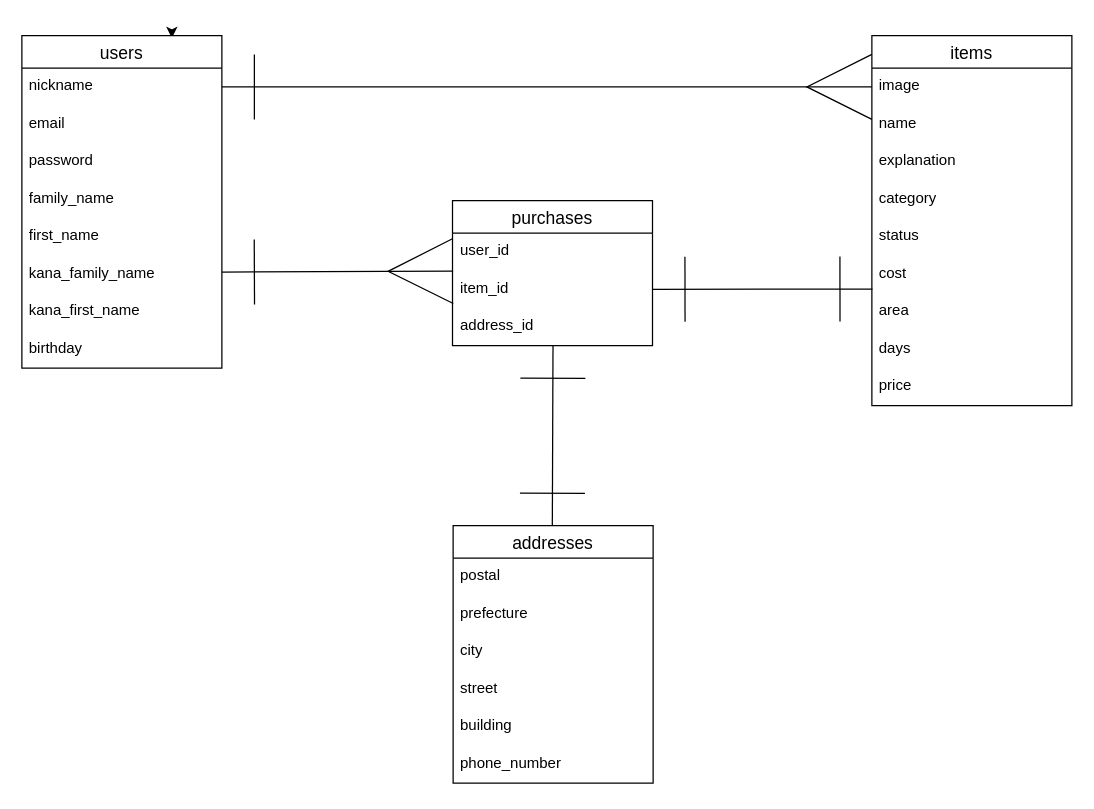
This is furima-47910.dio from dahuizhangtian7-bit/furima-47910, a draw.io file, before an edit. Source tidied: cells renumbered, new cells numbered last; positions are measured from the earlier drawing's top-left corner, leaving out a move shared by most shapes. Both pictures are drawn from the tidied source at 125%, with x=0, y=0 at pixel (21, 35).
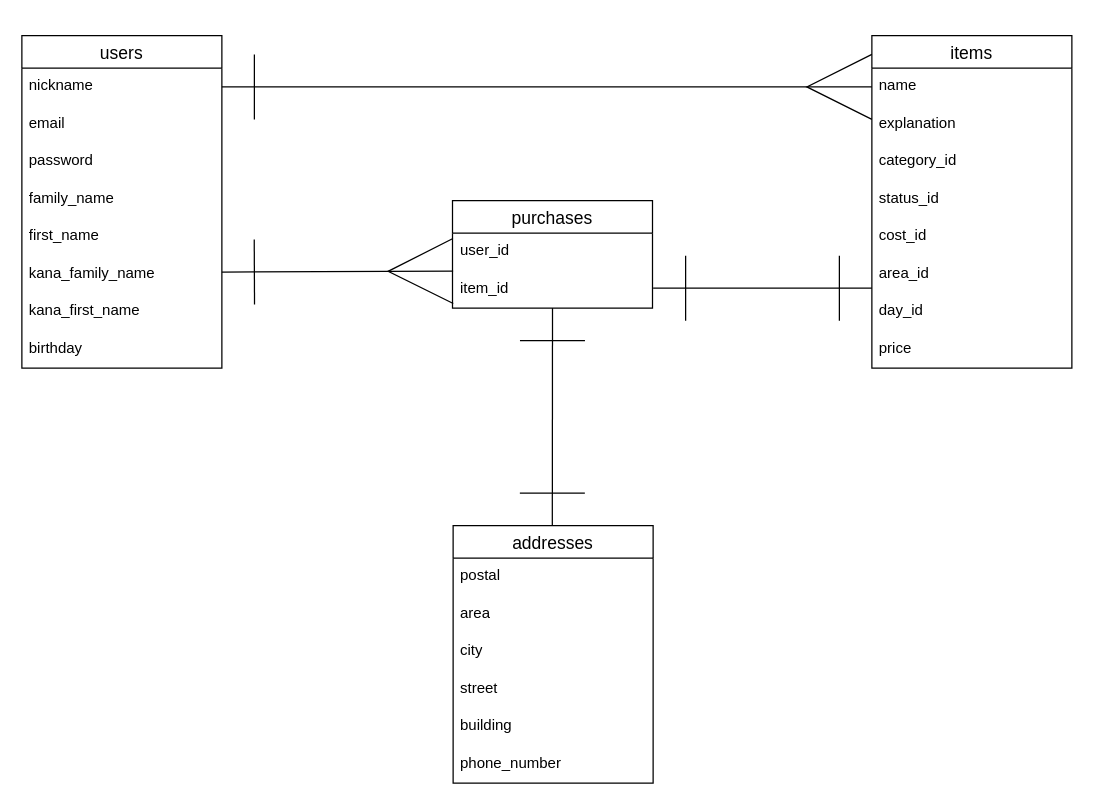
The same diagram, later.

Unchanged cells that the change refers to:
```xml
<mxCell id="3" value="users" style="swimlane;fontStyle=0;horizontal=1;startSize=26;align=center;fontSize=14;" parent="1" vertex="1">
  <mxGeometry width="160" height="266" as="geometry" />
</mxCell>
<mxCell id="4" value="nickname" style="text;strokeColor=none;fillColor=none;spacingLeft=4;spacingRight=4;overflow=hidden;points=[[0,0.5],[1,0.5]];portConstraint=eastwest;fontSize=12;whiteSpace=wrap;html=1;" parent="3" vertex="1">
  <mxGeometry y="26" width="160" height="30" as="geometry" />
</mxCell>
<mxCell id="25" value="item_id" style="text;strokeColor=none;fillColor=none;spacingLeft=4;spacingRight=4;overflow=hidden;points=[[0,0.5],[1,0.5]];portConstraint=eastwest;fontSize=12;whiteSpace=wrap;html=1;" parent="22" vertex="1">
  <mxGeometry y="56" width="160" height="30" as="geometry" />
</mxCell>
<mxCell id="27" value="addresses" style="swimlane;fontStyle=0;horizontal=1;startSize=26;align=center;fontSize=14;" parent="1" vertex="1">
  <mxGeometry x="345" y="392" width="160" height="206" as="geometry" />
</mxCell>
```

What changed in the source:
```diff
@@
-    <mxCell id="2" style="edgeStyle=none;html=1;exitX=0.75;exitY=0;exitDx=0;exitDy=0;" parent="1" edge="1" source="3">
-      <mxGeometry relative="1" as="geometry">
-        <mxPoint x="120" y="2" as="targetPoint" />
-      </mxGeometry>
-    </mxCell>
@@
     <mxCell id="12" value="items" style="swimlane;fontStyle=0;horizontal=1;startSize=26;align=center;fontSize=14;" parent="1" vertex="1">
-      <mxGeometry x="680" width="160" height="296" as="geometry" />
+      <mxGeometry x="680" width="160" height="266" as="geometry" />
     </mxCell>
-    <mxCell id="13" value="image" style="text;strokeColor=none;fillColor=none;spacingLeft=4;spacingRight=4;overflow=hidden;points=[[0,0.5],[1,0.5]];portConstraint=eastwest;fontSize=12;whiteSpace=wrap;html=1;" parent="12" vertex="1">
-      <mxGeometry y="26" width="160" height="30" as="geometry" />
-    </mxCell>
     <mxCell id="14" value="name" style="text;strokeColor=none;fillColor=none;spacingLeft=4;spacingRight=4;overflow=hidden;fontSize=12;whiteSpace=wrap;html=1;" parent="12" vertex="1">
-      <mxGeometry y="56" width="160" height="30" as="geometry" />
+      <mxGeometry y="26" width="160" height="30" as="geometry" />
     </mxCell>
     <mxCell id="15" value="explanation" style="text;strokeColor=none;fillColor=none;spacingLeft=4;spacingRight=4;overflow=hidden;fontSize=12;whiteSpace=wrap;html=1;" parent="12" vertex="1">
-      <mxGeometry y="86" width="160" height="30" as="geometry" />
+      <mxGeometry y="56" width="160" height="30" as="geometry" />
     </mxCell>
-    <mxCell id="16" value="category" style="text;strokeColor=none;fillColor=none;spacingLeft=4;spacingRight=4;overflow=hidden;fontSize=12;whiteSpace=wrap;html=1;" parent="12" vertex="1">
-      <mxGeometry y="116" width="160" height="30" as="geometry" />
+    <mxCell id="16" value="category_id" style="text;strokeColor=none;fillColor=none;spacingLeft=4;spacingRight=4;overflow=hidden;fontSize=12;whiteSpace=wrap;html=1;" parent="12" vertex="1">
+      <mxGeometry y="86" width="160" height="30" as="geometry" />
     </mxCell>
-    <mxCell id="17" value="status" style="text;strokeColor=none;fillColor=none;spacingLeft=4;spacingRight=4;overflow=hidden;fontSize=12;whiteSpace=wrap;html=1;" parent="12" vertex="1">
-      <mxGeometry y="146" width="160" height="30" as="geometry" />
+    <mxCell id="17" value="status_id" style="text;strokeColor=none;fillColor=none;spacingLeft=4;spacingRight=4;overflow=hidden;fontSize=12;whiteSpace=wrap;html=1;" parent="12" vertex="1">
+      <mxGeometry y="116" width="160" height="30" as="geometry" />
     </mxCell>
-    <mxCell id="18" value="cost" style="text;strokeColor=none;fillColor=none;spacingLeft=4;spacingRight=4;overflow=hidden;points=[[0,0.5],[1,0.5]];portConstraint=eastwest;fontSize=12;whiteSpace=wrap;html=1;" parent="12" vertex="1">
-      <mxGeometry y="176" width="160" height="30" as="geometry" />
-    </mxCell>
+    <mxCell id="37" value="cost_id" style="text;strokeColor=none;fillColor=none;spacingLeft=4;spacingRight=4;overflow=hidden;fontSize=12;whiteSpace=wrap;html=1;" parent="12" vertex="1">
+      <mxGeometry y="146" width="160" height="30" as="geometry" />
+    </mxCell>
-    <mxCell id="19" value="area" style="text;strokeColor=none;fillColor=none;spacingLeft=4;spacingRight=4;overflow=hidden;fontSize=12;whiteSpace=wrap;html=1;" parent="12" vertex="1">
-      <mxGeometry y="206" width="160" height="30" as="geometry" />
+    <mxCell id="19" value="area_id" style="text;strokeColor=none;fillColor=none;spacingLeft=4;spacingRight=4;overflow=hidden;fontSize=12;whiteSpace=wrap;html=1;" parent="12" vertex="1">
+      <mxGeometry y="176" width="160" height="30" as="geometry" />
     </mxCell>
-    <mxCell id="20" value="days" style="text;strokeColor=none;fillColor=none;spacingLeft=4;spacingRight=4;overflow=hidden;fontSize=12;whiteSpace=wrap;html=1;" parent="12" vertex="1">
-      <mxGeometry y="236" width="160" height="30" as="geometry" />
+    <mxCell id="20" value="day_id" style="text;strokeColor=none;fillColor=none;spacingLeft=4;spacingRight=4;overflow=hidden;fontSize=12;whiteSpace=wrap;html=1;" parent="12" vertex="1">
+      <mxGeometry y="206" width="160" height="30" as="geometry" />
     </mxCell>
     <mxCell id="21" value="price" style="text;strokeColor=none;fillColor=none;spacingLeft=4;spacingRight=4;overflow=hidden;fontSize=12;whiteSpace=wrap;html=1;" parent="12" vertex="1">
-      <mxGeometry y="266" width="160" height="30" as="geometry" />
+      <mxGeometry y="236" width="160" height="30" as="geometry" />
     </mxCell>
     <mxCell id="22" value="purchases" style="swimlane;fontStyle=0;horizontal=1;startSize=26;align=center;fontSize=14;" parent="1" vertex="1">
-      <mxGeometry x="344.5" y="132" width="160" height="116" as="geometry" />
+      <mxGeometry x="344.5" y="132" width="160" height="86" as="geometry" />
     </mxCell>
@@
-    <mxCell id="26" value="address_id" style="text;strokeColor=none;fillColor=none;spacingLeft=4;spacingRight=4;overflow=hidden;fontSize=12;whiteSpace=wrap;html=1;" parent="22" vertex="1">
-      <mxGeometry y="86" width="160" height="30" as="geometry" />
-    </mxCell>
@@
-    <mxCell id="29" value="prefecture" style="text;strokeColor=none;fillColor=none;spacingLeft=4;spacingRight=4;overflow=hidden;fontSize=12;whiteSpace=wrap;html=1;" parent="27" vertex="1">
+    <mxCell id="29" value="area" style="text;strokeColor=none;fillColor=none;spacingLeft=4;spacingRight=4;overflow=hidden;fontSize=12;whiteSpace=wrap;html=1;" parent="27" vertex="1">
       <mxGeometry y="56" width="160" height="30" as="geometry" />
     </mxCell>
@@
-    <mxCell id="34" style="edgeStyle=none;html=1;exitX=1;exitY=0.5;exitDx=0;exitDy=0;entryX=0;entryY=0.5;entryDx=0;entryDy=0;startArrow=ERone;startFill=0;endArrow=ERmany;endFill=0;endSize=50;startSize=50;" parent="1" edge="1" source="4" target="13">
-      <mxGeometry relative="1" as="geometry" />
+    <mxCell id="34" style="edgeStyle=none;html=1;exitX=1;exitY=0.5;exitDx=0;exitDy=0;entryX=0;entryY=0.5;entryDx=0;entryDy=0;startArrow=ERone;startFill=0;endArrow=ERmany;endFill=0;endSize=50;startSize=50;" parent="1" edge="1" source="4">
+      <mxGeometry relative="1" as="geometry">
+        <mxPoint x="680" y="41" as="targetPoint" />
+      </mxGeometry>
     </mxCell>
-    <mxCell id="35" style="edgeStyle=none;html=1;startArrow=ERone;startFill=0;endArrow=ERone;endFill=0;endSize=50;startSize=50;entryX=0.496;entryY=0;entryDx=0;entryDy=0;entryPerimeter=0;" parent="1" edge="1" target="27">
-      <mxGeometry relative="1" as="geometry">
-        <mxPoint x="424.9" y="248" as="sourcePoint" />
-      </mxGeometry>
+    <mxCell id="35" style="edgeStyle=none;html=1;startArrow=ERone;startFill=0;endArrow=ERone;endFill=0;endSize=50;startSize=50;entryX=0.496;entryY=0;entryDx=0;entryDy=0;entryPerimeter=0;exitX=0.5;exitY=1;exitDx=0;exitDy=0;" parent="1" edge="1" source="22" target="27">
+      <mxGeometry relative="1" as="geometry" />
     </mxCell>
-    <mxCell id="36" style="edgeStyle=none;html=1;exitX=1;exitY=0.5;exitDx=0;exitDy=0;entryX=0.003;entryY=0.89;entryDx=0;entryDy=0;entryPerimeter=0;startArrow=ERone;startFill=0;endArrow=ERone;endFill=0;startSize=50;endSize=50;" parent="1" edge="1" source="25" target="18">
-      <mxGeometry relative="1" as="geometry" />
+    <mxCell id="36" style="edgeStyle=none;html=1;exitX=1;exitY=0.5;exitDx=0;exitDy=0;startArrow=ERone;startFill=0;endArrow=ERone;endFill=0;startSize=50;endSize=50;" parent="1" edge="1">
+      <mxGeometry relative="1" as="geometry">
+        <mxPoint x="505" y="202" as="sourcePoint" />
+        <mxPoint x="680" y="202" as="targetPoint" />
+        <Array as="points">
+          <mxPoint x="600" y="202" />
+        </Array>
+      </mxGeometry>
     </mxCell>
```
